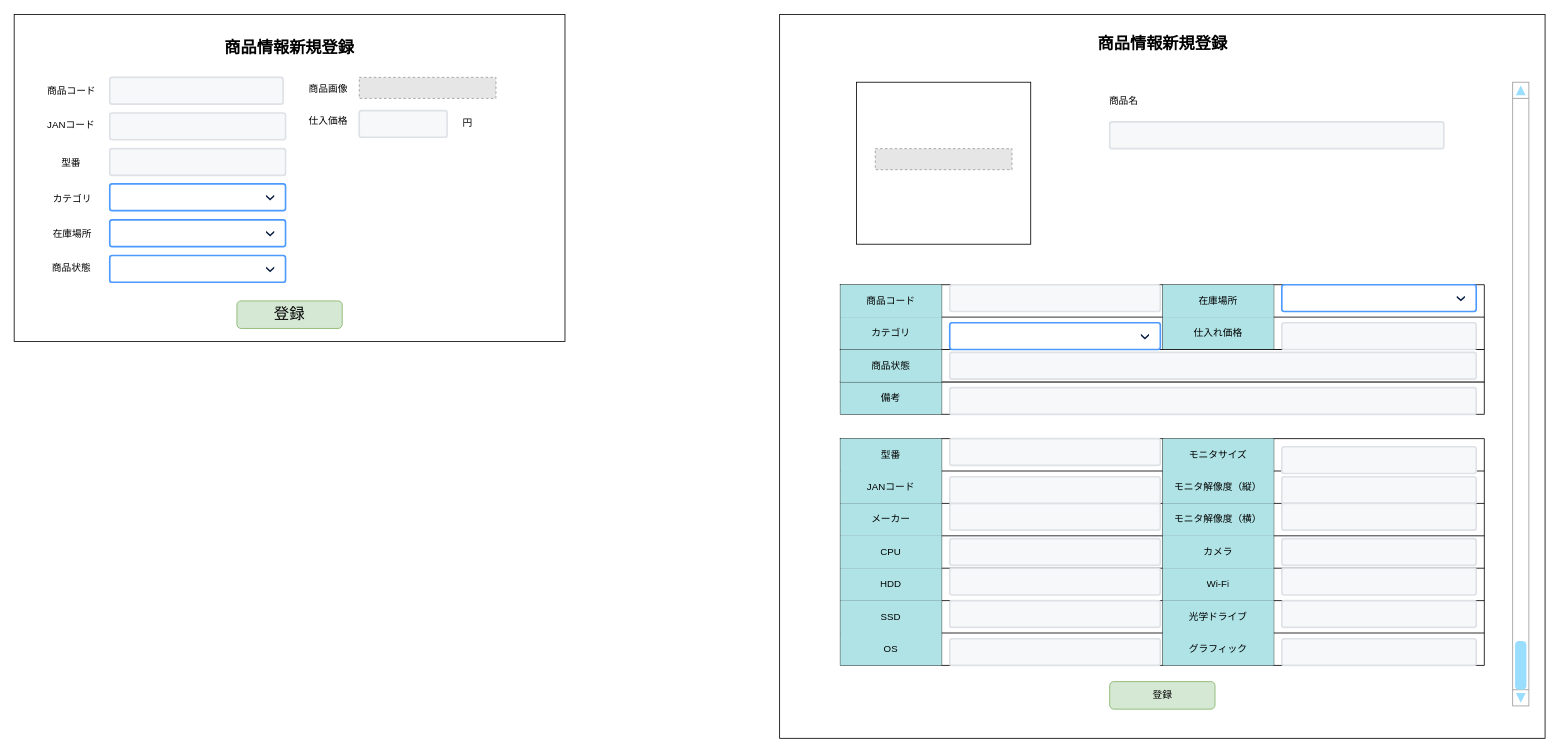
Above: page "S03-02 商品情報新規登録" (2 of 4) of 各種設計書/6.画面設計書/S03_商品マスタ.drawio in HaruShim/Sotuken (draw.io), before the change. Source tidied: cells renumbered, new cells numbered last; positions are measured from the earlier drawing's top-left corner, leaving out a move shared by most shapes. Both pictures are drawn from the tidied source at 81%, with x=0, y=0 at pixel (14, 14). Pictures stored in the file or linked from it are replaced by grey dashed boxes.
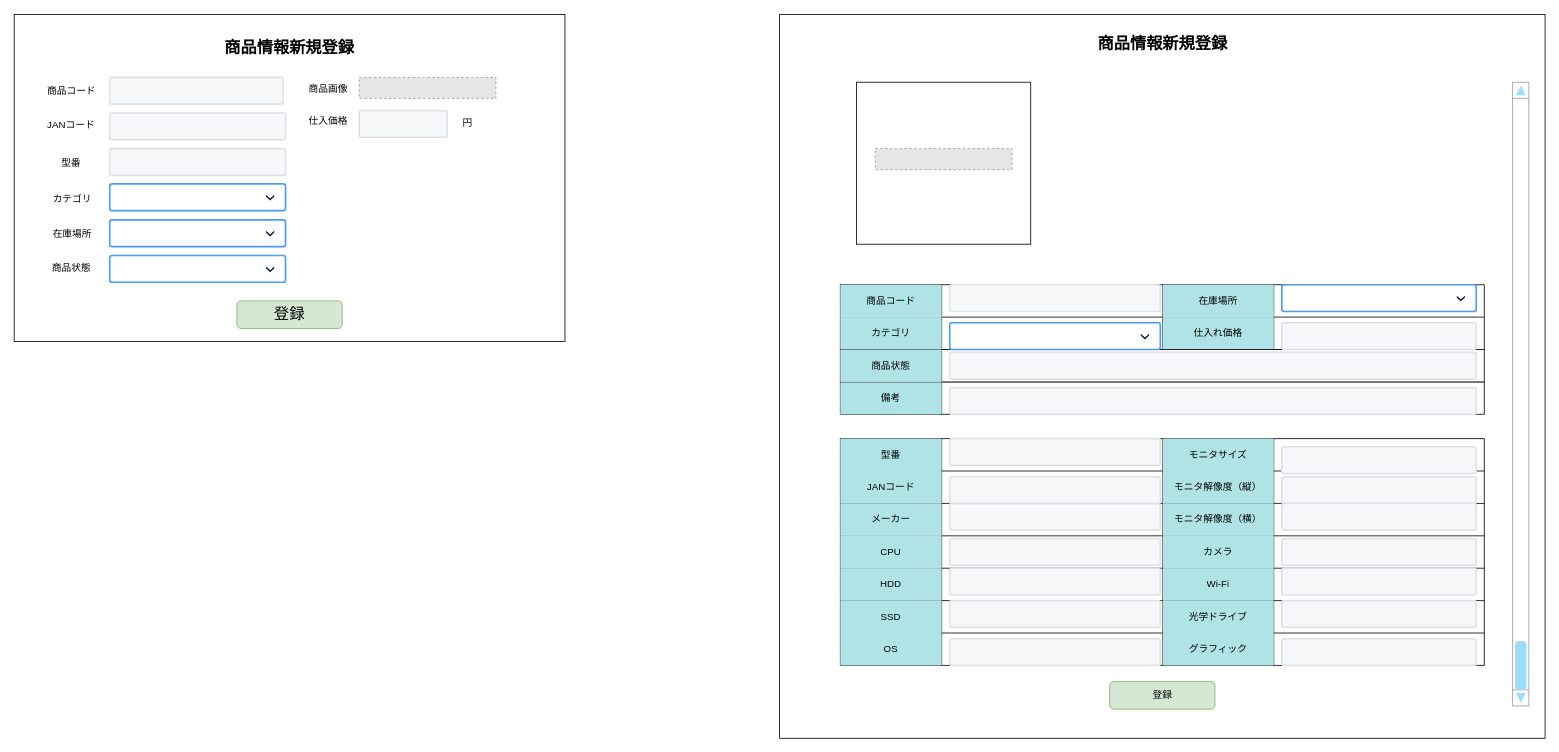
After the change.

The edit, as a diff of the source:
```diff
@@
-    <mxCell id="86" value="商品名" style="text;html=1;strokeColor=none;fillColor=none;align=center;verticalAlign=middle;whiteSpace=wrap;rounded=0;fontColor=default;fontStyle=0;fontSize=12;" parent="1" vertex="1">
-      <mxGeometry x="1315" y="93" width="110" height="29" as="geometry" />
-    </mxCell>
-    <mxCell id="87" style="rounded=1;arcSize=9;fillColor=#F7F8F9;align=left;spacingLeft=5;strokeColor=#DEE1E6;html=1;strokeWidth=2;fontSize=12;" parent="1" vertex="1">
-      <mxGeometry x="1352.5" y="133" width="412.5" height="33" as="geometry" />
-    </mxCell>
```
